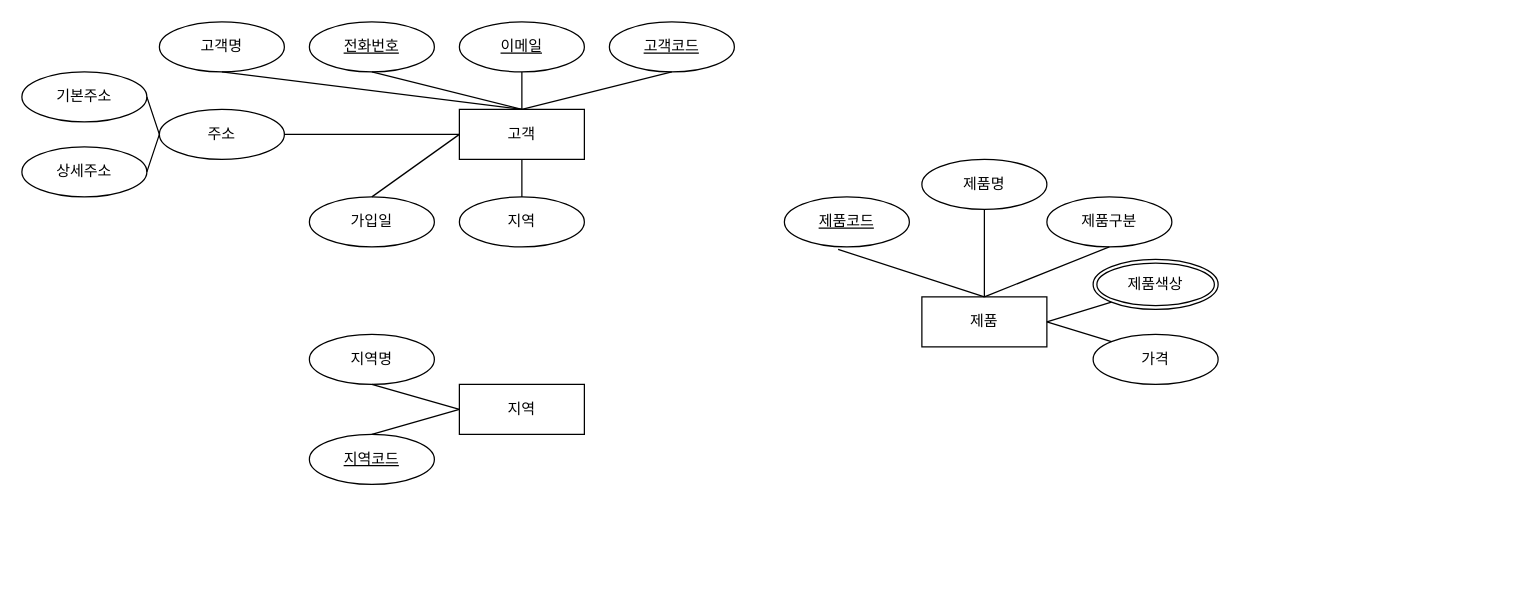
Before: 제목 없는 다이어그램.drawio in SunghoCha/erd_practice, a draw.io diagram. Source tidied: cells renumbered, new cells numbered last; positions are measured from the earlier drawing's top-left corner, leaving out a move shared by most shapes. Both pictures are drawn from the tidied source at 125%, with x=0, y=0 at pixel (21, 21).
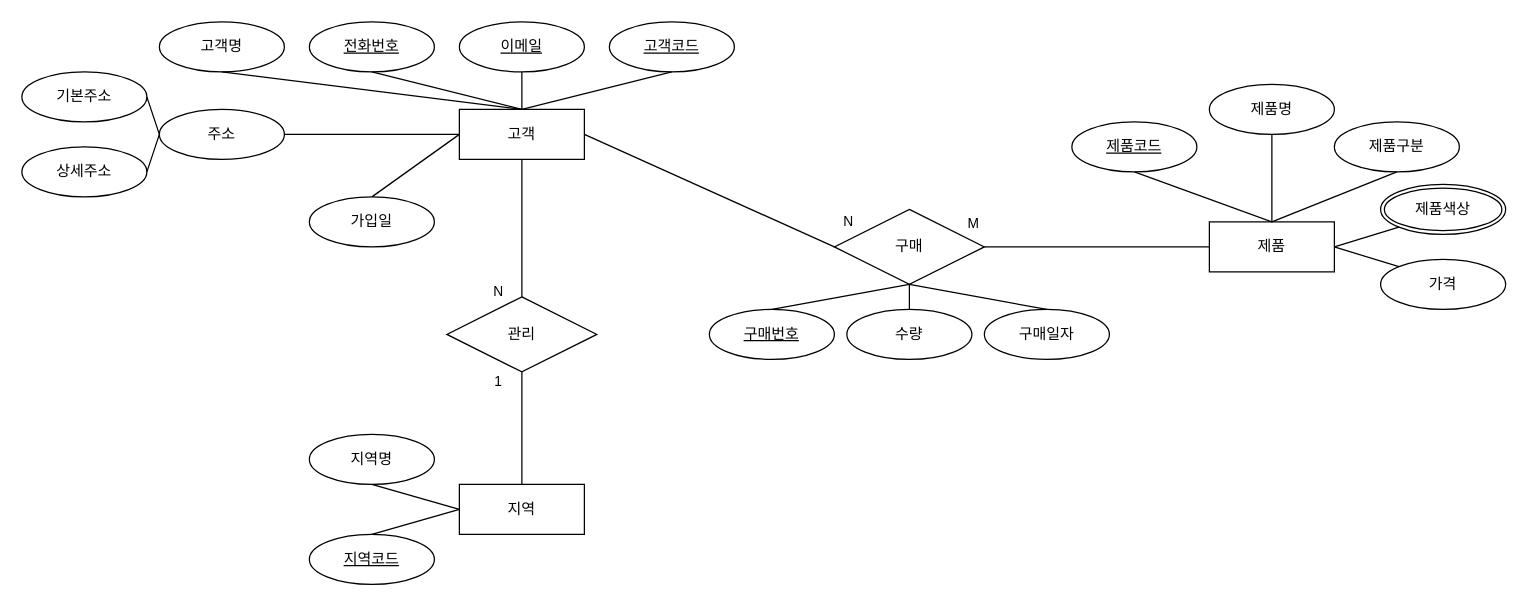
Above is the later version.

Commit message:
Entity간 관계 설정하고 관계Entity만들어서 ERD 초본 완성

The change refers to these unchanged cells:
```xml
<mxCell id="2" value="고객" style="whiteSpace=wrap;html=1;align=center;" parent="1" vertex="1">
  <mxGeometry x="350" y="70" width="100" height="40" as="geometry" />
</mxCell>
```

Diff of the diagram source:
```diff
@@
-    <mxCell id="19" value="지역" style="ellipse;whiteSpace=wrap;html=1;align=center;" parent="1" vertex="1">
-      <mxGeometry x="350" y="140" width="100" height="40" as="geometry" />
-    </mxCell>
-    <mxCell id="20" style="endArrow=none;html=1;rounded=0;entryX=0.5;entryY=1;entryDx=0;entryDy=0;" parent="1" edge="1" source="19" target="2">
+    <mxCell id="20" style="endArrow=none;html=1;rounded=0;entryX=0.5;entryY=1;entryDx=0;entryDy=0;exitX=0.5;exitY=0;exitDx=0;exitDy=0;" parent="1" edge="1" source="38" target="2">
       <mxGeometry relative="1" as="geometry" />
     </mxCell>
+    <mxCell id="37" value="N" style="edgeLabel;html=1;align=center;verticalAlign=middle;" parent="20" vertex="1">
+      <mxGeometry x="0.01" y="1" relative="1" as="geometry">
+        <mxPoint x="-19" y="51" as="offset" />
+      </mxGeometry>
+    </mxCell>
     <mxCell id="21" value="지역" style="whiteSpace=wrap;html=1;align=center;" parent="1" vertex="1">
-      <mxGeometry x="350" y="290" width="100" height="40" as="geometry" />
+      <mxGeometry x="350" y="370" width="100" height="40" as="geometry" />
     </mxCell>
     <mxCell id="22" value="지역명" style="ellipse;whiteSpace=wrap;html=1;align=center;" parent="1" vertex="1">
-      <mxGeometry x="230" y="250" width="100" height="40" as="geometry" />
+      <mxGeometry x="230" y="330" width="100" height="40" as="geometry" />
     </mxCell>
     <mxCell id="23" value="지역코드" style="ellipse;whiteSpace=wrap;html=1;align=center;fontStyle=4;" parent="1" vertex="1">
-      <mxGeometry x="230" y="330" width="100" height="40" as="geometry" />
+      <mxGeometry x="230" y="410" width="100" height="40" as="geometry" />
     </mxCell>
@@
     <mxCell id="26" value="제품" style="whiteSpace=wrap;html=1;align=center;" parent="1" vertex="1">
-      <mxGeometry x="720" y="220" width="100" height="40" as="geometry" />
+      <mxGeometry x="950" y="160" width="100" height="40" as="geometry" />
     </mxCell>
     <mxCell id="27" value="가격" style="ellipse;whiteSpace=wrap;html=1;align=center;" parent="1" vertex="1">
-      <mxGeometry x="857" y="250" width="100" height="40" as="geometry" />
+      <mxGeometry x="1087" y="190" width="100" height="40" as="geometry" />
     </mxCell>
     <mxCell id="28" value="제품색상" style="ellipse;shape=doubleEllipse;margin=3;whiteSpace=wrap;html=1;align=center;" parent="1" vertex="1">
-      <mxGeometry x="857" y="190" width="100" height="40" as="geometry" />
+      <mxGeometry x="1087" y="130" width="100" height="40" as="geometry" />
     </mxCell>
     <mxCell id="29" value="제품명" style="ellipse;whiteSpace=wrap;html=1;align=center;" parent="1" vertex="1">
-      <mxGeometry x="720" y="110" width="100" height="40" as="geometry" />
+      <mxGeometry x="950" y="50" width="100" height="40" as="geometry" />
     </mxCell>
     <mxCell id="30" value="제품구분" style="ellipse;whiteSpace=wrap;html=1;align=center;" parent="1" vertex="1">
-      <mxGeometry x="820" y="140" width="100" height="40" as="geometry" />
+      <mxGeometry x="1050" y="80" width="100" height="40" as="geometry" />
     </mxCell>
     <mxCell id="31" value="제품코드" style="ellipse;whiteSpace=wrap;html=1;align=center;fontStyle=4;" parent="1" vertex="1">
-      <mxGeometry x="610" y="140" width="100" height="40" as="geometry" />
+      <mxGeometry x="840" y="80" width="100" height="40" as="geometry" />
     </mxCell>
@@
     <mxCell id="34" style="endArrow=none;html=1;rounded=0;exitX=0;exitY=1;exitDx=0;exitDy=0;" parent="1" edge="1" source="28">
       <mxGeometry relative="1" as="geometry">
-        <mxPoint x="820" y="240" as="targetPoint" />
+        <mxPoint x="1050" y="180" as="targetPoint" />
       </mxGeometry>
     </mxCell>
@@
-    <mxCell id="36" style="endArrow=none;html=1;rounded=0;exitX=0.43;exitY=1.05;exitDx=0;exitDy=0;entryX=0.5;entryY=0;entryDx=0;entryDy=0;exitPerimeter=0;" parent="1" edge="1" source="31" target="26">
+    <mxCell id="36" style="endArrow=none;html=1;rounded=0;exitX=0.5;exitY=1;exitDx=0;exitDy=0;entryX=0.5;entryY=0;entryDx=0;entryDy=0;" parent="1" edge="1" source="31" target="26">
       <mxGeometry relative="1" as="geometry" />
     </mxCell>
+    <mxCell id="38" value="관리" style="shape=rhombus;perimeter=rhombusPerimeter;whiteSpace=wrap;html=1;align=center;" parent="1" vertex="1">
+      <mxGeometry x="340" y="220" width="120" height="60" as="geometry" />
+    </mxCell>
+    <mxCell id="39" style="endArrow=none;html=1;rounded=0;entryX=0.5;entryY=1;entryDx=0;entryDy=0;exitX=0.5;exitY=0;exitDx=0;exitDy=0;" parent="1" edge="1" source="21" target="38">
+      <mxGeometry relative="1" as="geometry" />
+    </mxCell>
+    <mxCell id="40" value="1" style="edgeLabel;html=1;align=center;verticalAlign=middle;" parent="39" vertex="1">
+      <mxGeometry x="0.26" y="-2" relative="1" as="geometry">
+        <mxPoint x="-22" y="-26" as="offset" />
+      </mxGeometry>
+    </mxCell>
+    <mxCell id="41" value="구매" style="shape=rhombus;perimeter=rhombusPerimeter;whiteSpace=wrap;html=1;align=center;" parent="1" vertex="1">
+      <mxGeometry x="650" y="150" width="120" height="60" as="geometry" />
+    </mxCell>
+    <mxCell id="42" value="구매번호" style="ellipse;whiteSpace=wrap;html=1;align=center;fontStyle=4;" parent="1" vertex="1">
+      <mxGeometry x="550" y="230" width="100" height="40" as="geometry" />
+    </mxCell>
+    <mxCell id="43" value="수량" style="ellipse;whiteSpace=wrap;html=1;align=center;" parent="1" vertex="1">
+      <mxGeometry x="660" y="230" width="100" height="40" as="geometry" />
+    </mxCell>
+    <mxCell id="44" value="구매일자" style="ellipse;whiteSpace=wrap;html=1;align=center;" parent="1" vertex="1">
+      <mxGeometry x="770" y="230" width="100" height="40" as="geometry" />
+    </mxCell>
+    <mxCell id="45" style="endArrow=none;html=1;rounded=0;entryX=0.5;entryY=0;entryDx=0;entryDy=0;" parent="1" edge="1" target="43">
+      <mxGeometry relative="1" as="geometry">
+        <mxPoint x="710" y="210" as="sourcePoint" />
+      </mxGeometry>
+    </mxCell>
+    <mxCell id="46" style="endArrow=none;html=1;rounded=0;exitX=0.5;exitY=1;exitDx=0;exitDy=0;entryX=0.5;entryY=0;entryDx=0;entryDy=0;" parent="1" edge="1" source="41" target="44">
+      <mxGeometry relative="1" as="geometry" />
+    </mxCell>
+    <mxCell id="47" style="endArrow=none;html=1;rounded=0;exitX=0.5;exitY=1;exitDx=0;exitDy=0;entryX=0.5;entryY=0;entryDx=0;entryDy=0;" parent="1" edge="1" source="41" target="42">
+      <mxGeometry relative="1" as="geometry" />
+    </mxCell>
+    <mxCell id="48" style="endArrow=none;html=1;rounded=0;exitX=1;exitY=0.5;exitDx=0;exitDy=0;entryX=0;entryY=0.5;entryDx=0;entryDy=0;" parent="1" edge="1" source="41" target="26">
+      <mxGeometry relative="1" as="geometry" />
+    </mxCell>
+    <mxCell id="49" value="M" style="edgeLabel;html=1;align=center;verticalAlign=middle;" parent="48" vertex="1">
+      <mxGeometry x="-0.11" y="-1" relative="1" as="geometry">
+        <mxPoint x="-90" y="-21" as="offset" />
+      </mxGeometry>
+    </mxCell>
+    <mxCell id="50" style="endArrow=none;html=1;rounded=0;exitX=1;exitY=0.5;exitDx=0;exitDy=0;entryX=0;entryY=0.5;entryDx=0;entryDy=0;" parent="1" edge="1" source="2" target="41">
+      <mxGeometry relative="1" as="geometry" />
+    </mxCell>
+    <mxCell id="51" value="N" style="edgeLabel;html=1;align=center;verticalAlign=middle;" parent="50" vertex="1">
+      <mxGeometry x="0.06" y="-1" relative="1" as="geometry">
+        <mxPoint x="105" y="21" as="offset" />
+      </mxGeometry>
+    </mxCell>
```
